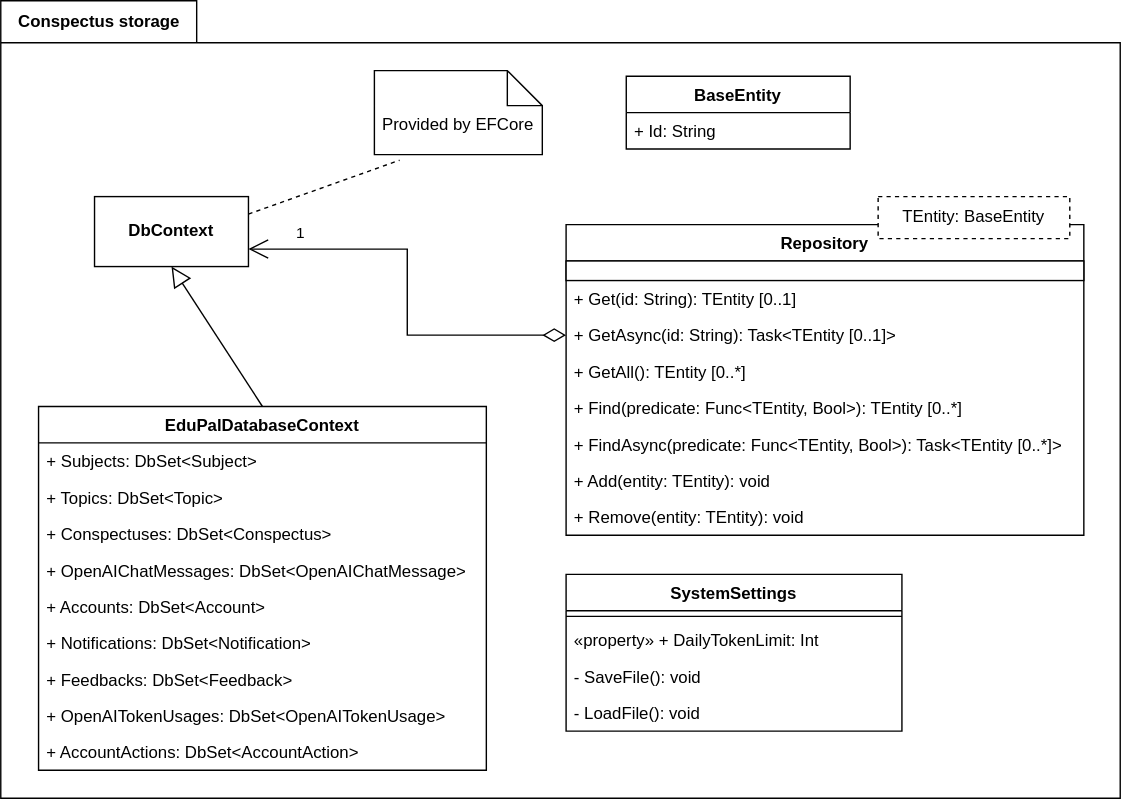
Earlier version of the draw.io export lab2diags/logical-view/data-access.drawio.svg (piatrashkakanstantinass/psi2). Source tidied: cells renumbered, new cells last; positions are measured from the earlier drawing's top-left corner, leaving out a move shared by most shapes.
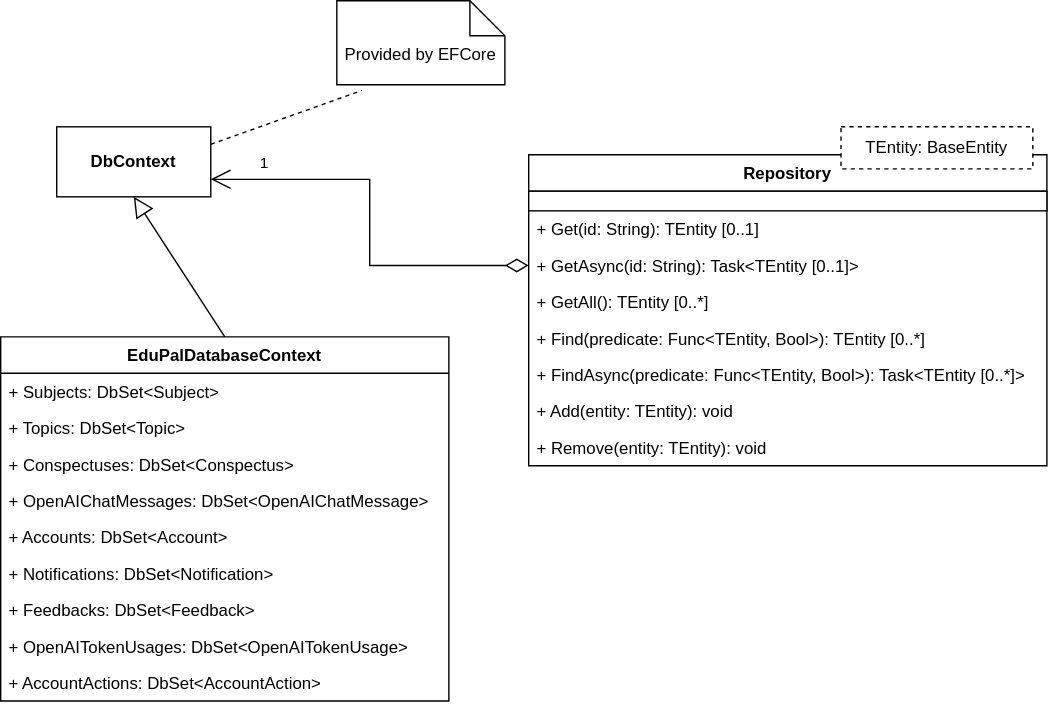
After the commit.

The edit, as a diff of the source:
```diff
@@ -2,14 +2,6 @@
   <root>
     <mxCell id="0" />
     <mxCell id="1" parent="0" />
-    <mxCell id="2" value="Conspectus storage" style="shape=folder;fontStyle=1;tabWidth=140;tabHeight=30;tabPosition=left;html=1;boundedLbl=1;labelInHeader=1;" parent="1" vertex="1">
-      <mxGeometry width="800" height="570" as="geometry" />
-    </mxCell>
-    <mxCell id="3" style="html=1;strokeColor=none;fillColor=none;" parent="2" vertex="1">
-      <mxGeometry width="800" height="399" relative="1" as="geometry">
-        <mxPoint y="30" as="offset" />
-      </mxGeometry>
-    </mxCell>
     <mxCell id="4" value="&lt;b&gt;DbContext&lt;/b&gt;" style="html=1;whiteSpace=wrap;" parent="1" vertex="1">
       <mxGeometry x="67" y="140" width="110" height="50" as="geometry" />
     </mxCell>
@@ -85,27 +77,6 @@
     <mxCell id="28" value="TEntity: BaseEntity" style="fontStyle=0;dashed=1;html=1;whiteSpace=wrap;" parent="18" vertex="1">
       <mxGeometry x="223" width="137" height="30" as="geometry" />
     </mxCell>
-    <mxCell id="29" value="BaseEntity" style="swimlane;fontStyle=1;align=center;verticalAlign=top;horizontal=1;startSize=26;whiteSpace=wrap;html=1;" parent="1" vertex="1">
-      <mxGeometry x="447" y="54" width="160" height="52" as="geometry" />
-    </mxCell>
-    <mxCell id="30" value="+ Id: String" style="text;strokeColor=none;fillColor=none;align=left;verticalAlign=top;spacingLeft=4;spacingRight=4;overflow=hidden;whiteSpace=wrap;html=1;" parent="29" vertex="1">
-      <mxGeometry y="26" width="160" height="26" as="geometry" />
-    </mxCell>
-    <mxCell id="31" value="SystemSettings" style="swimlane;fontStyle=1;align=center;verticalAlign=top;horizontal=1;startSize=26;whiteSpace=wrap;html=1;" parent="1" vertex="1">
-      <mxGeometry x="404" y="410" width="240" height="112" as="geometry" />
-    </mxCell>
-    <mxCell id="32" style="line;strokeWidth=1;fillColor=none;align=left;verticalAlign=middle;spacingTop=-1;spacingLeft=3;spacingRight=3;labelPosition=right;strokeColor=inherit;" parent="31" vertex="1">
-      <mxGeometry y="26" width="240" height="8" as="geometry" />
-    </mxCell>
-    <mxCell id="33" value="«property» + DailyTokenLimit: Int" style="text;strokeColor=none;fillColor=none;align=left;verticalAlign=top;spacingLeft=4;spacingRight=4;overflow=hidden;whiteSpace=wrap;html=1;" parent="31" vertex="1">
-      <mxGeometry y="34" width="240" height="26" as="geometry" />
-    </mxCell>
-    <mxCell id="34" value="- SaveFile(): void" style="text;strokeColor=none;fillColor=none;align=left;verticalAlign=top;spacingLeft=4;spacingRight=4;overflow=hidden;whiteSpace=wrap;html=1;" parent="31" vertex="1">
-      <mxGeometry y="60" width="240" height="26" as="geometry" />
-    </mxCell>
-    <mxCell id="35" value="- LoadFile(): void" style="text;strokeColor=none;fillColor=none;align=left;verticalAlign=top;spacingLeft=4;spacingRight=4;overflow=hidden;whiteSpace=wrap;html=1;" parent="31" vertex="1">
-      <mxGeometry y="86" width="240" height="26" as="geometry" />
-    </mxCell>
     <mxCell id="36" style="endArrow=open;html=1;endSize=12;startArrow=diamondThin;startSize=14;startFill=0;edgeStyle=orthogonalEdgeStyle;align=left;verticalAlign=bottom;rounded=0;entryX=1;entryY=0.75;entryDx=0;entryDy=0;exitX=0;exitY=0.5;exitDx=0;exitDy=0;" parent="1" edge="1" source="22" target="4">
       <mxGeometry x="-1" y="3" relative="1" as="geometry" />
     </mxCell>
```
